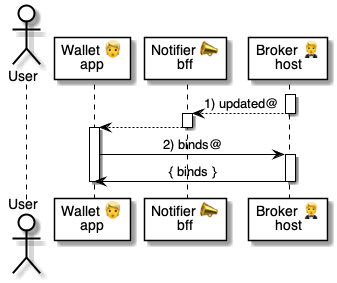
The PlantUML diagram 5 ⏩ Flows/10 🤵⏩ Brokers/.📎 Assets/⚙️ Update binds.png in pollyweb-org/pollyweb-docs, before a commit. Its source is kept beside it as 5 ⏩ Flows/10 🤵⏩ Brokers/.📎 Assets/⚙️ Update binds.puml. Its diagram source:
```plantuml
@startuml Update binds


actor User as user
participant "Wallet 👱\napp" as wallet
participant "Notifier 📣\nbff" as notifier
participant "Broker 🤵\nhost" as broker


activate broker

    broker --> notifier: 1) updated 🐌

deactivate broker

activate notifier
    notifier --> wallet
deactivate notifier

activate wallet
wallet -> broker: 2) binds 🚀
activate broker
    broker -> wallet: { binds }
deactivate broker
deactivate wallet

@enduml
```
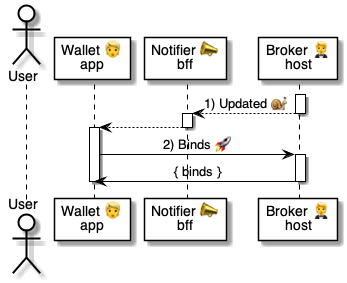
After the commit.

What changed in the source:
```diff
@@ -9,7 +9,7 @@
 
 activate broker
 
-    broker --> notifier: 1) updated 🐌
+    broker --> notifier: 1) Updated 🐌
 
 deactivate broker
 
@@ -18,7 +18,7 @@
 deactivate notifier
 
 activate wallet
-wallet -> broker: 2) binds 🚀
+wallet -> broker: 2) Binds 🚀
 activate broker
     broker -> wallet: { binds }
 deactivate broker
```
